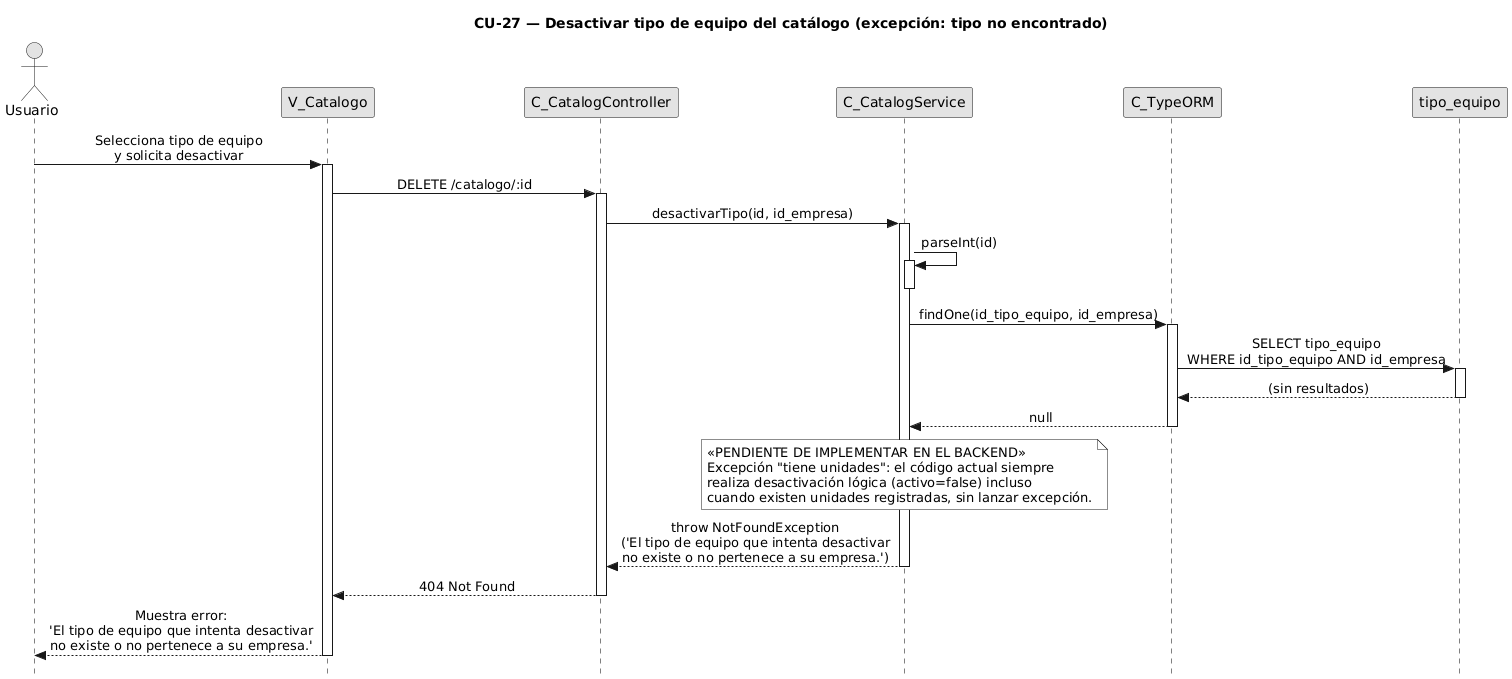
This is diagramas-secuencia/CU27/CU27-exc-tiene-unidades.png from FSM-Finet-y-Cable-Magico/Team_1-Inventario-y-Bodega, a PlantUML export, as it was before one commit. Source of this version:
```plantuml
@startuml CU27-exc-tiene-unidades
title CU-27 — Desactivar tipo de equipo del catálogo (excepción: tipo no encontrado)

skinparam style strictuml
skinparam monochrome true
skinparam shadowing false
skinparam sequenceMessageAlign center
skinparam ParticipantPadding 70
skinparam ActorPadding 30
skinparam sequence {
  MessageAlign center
  LifeLineBorderColor black
}
hide footbox

actor "Usuario" as user
participant "V_Catalogo" as view
participant "C_CatalogController" as ctrl
participant "C_CatalogService" as svc
participant "C_TypeORM" as orm
participant "tipo_equipo" as tent

user -> view : Selecciona tipo de equipo\ny solicita desactivar
activate view

view -> ctrl : DELETE /catalogo/:id
activate ctrl

ctrl -> svc : desactivarTipo(id, id_empresa)
activate svc

svc -> svc : parseInt(id)
activate svc
deactivate svc

svc -> orm : findOne(id_tipo_equipo, id_empresa)
activate orm

orm -> tent : SELECT tipo_equipo\nWHERE id_tipo_equipo AND id_empresa
activate tent
tent --> orm : (sin resultados)
deactivate tent

orm --> svc : null
deactivate orm

note over svc
«PENDIENTE DE IMPLEMENTAR EN EL BACKEND»
Excepción "tiene unidades": el código actual siempre
realiza desactivación lógica (activo=false) incluso
cuando existen unidades registradas, sin lanzar excepción.
end note

svc --> ctrl : throw NotFoundException\n('El tipo de equipo que intenta desactivar\nno existe o no pertenece a su empresa.')
deactivate svc

ctrl --> view : 404 Not Found
deactivate ctrl

view --> user : Muestra error:\n'El tipo de equipo que intenta desactivar\nno existe o no pertenece a su empresa.'
deactivate view

@enduml
```
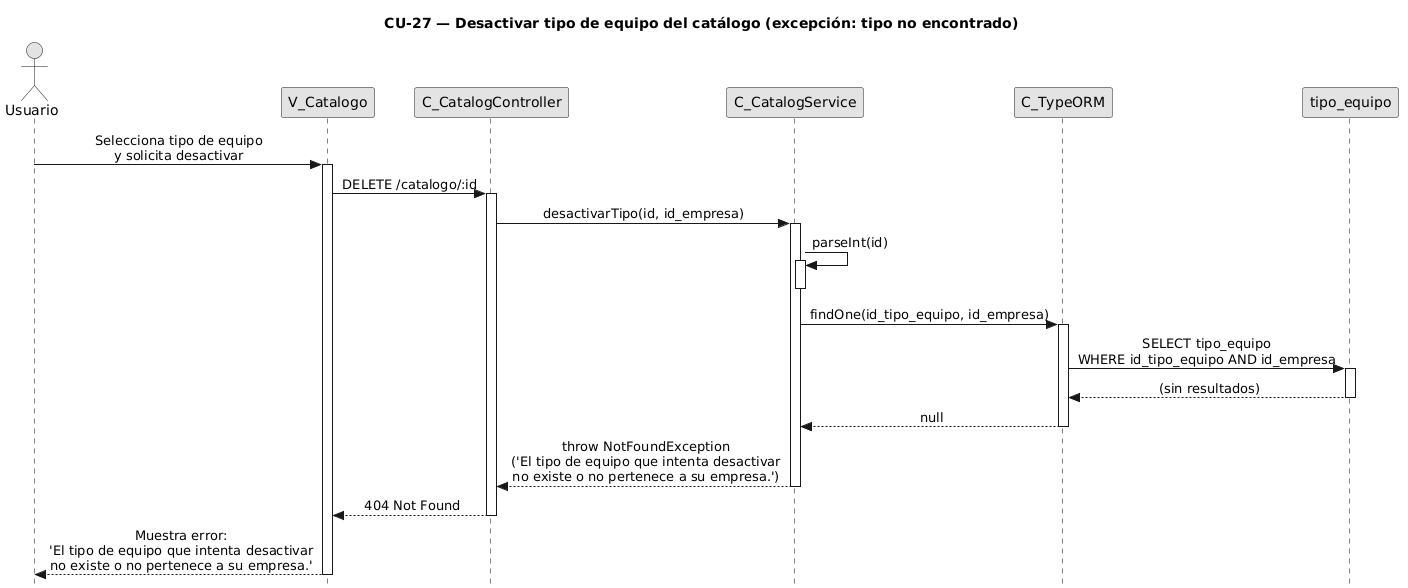
Above is the later version.

The edit, as a diff of the source:
```diff
@@ -1,12 +1,10 @@
-@startuml CU27-exc-tiene-unidades
+@startuml
 title CU-27 — Desactivar tipo de equipo del catálogo (excepción: tipo no encontrado)
 
 skinparam style strictuml
 skinparam monochrome true
 skinparam shadowing false
 skinparam sequenceMessageAlign center
-skinparam ParticipantPadding 70
-skinparam ActorPadding 30
 skinparam sequence {
   MessageAlign center
   LifeLineBorderColor black
@@ -44,13 +42,6 @@
 orm --> svc : null
 deactivate orm
 
-note over svc
-«PENDIENTE DE IMPLEMENTAR EN EL BACKEND»
-Excepción "tiene unidades": el código actual siempre
-realiza desactivación lógica (activo=false) incluso
-cuando existen unidades registradas, sin lanzar excepción.
-end note
-
 svc --> ctrl : throw NotFoundException\n('El tipo de equipo que intenta desactivar\nno existe o no pertenece a su empresa.')
 deactivate svc
 
@@ -59,5 +50,4 @@
 
 view --> user : Muestra error:\n'El tipo de equipo que intenta desactivar\nno existe o no pertenece a su empresa.'
 deactivate view
-
 @enduml
```
